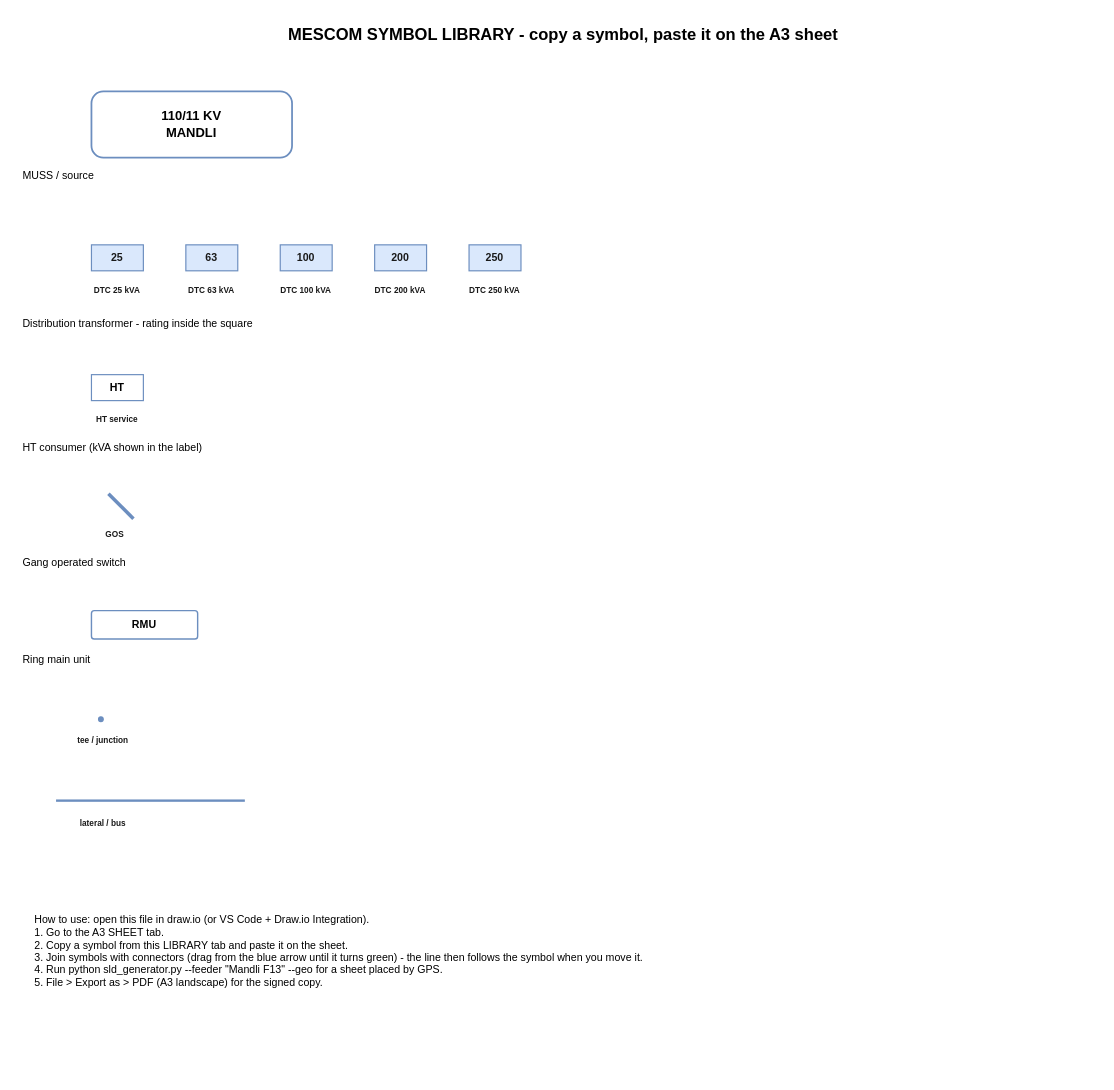
The draw.io diagram page "LIBRARY" (2 of 2) of template/MESCOM_SLD_TEMPLATE.drawio in Shreyasss91/singlelinediagram, before the edit. Source tidied: cells renumbered, new cells numbered last; positions are measured from the earlier drawing's top-left corner, leaving out a move shared by most shapes. Both pictures are drawn from the tidied source at 118%, with x=0, y=0 at pixel (20, 20).
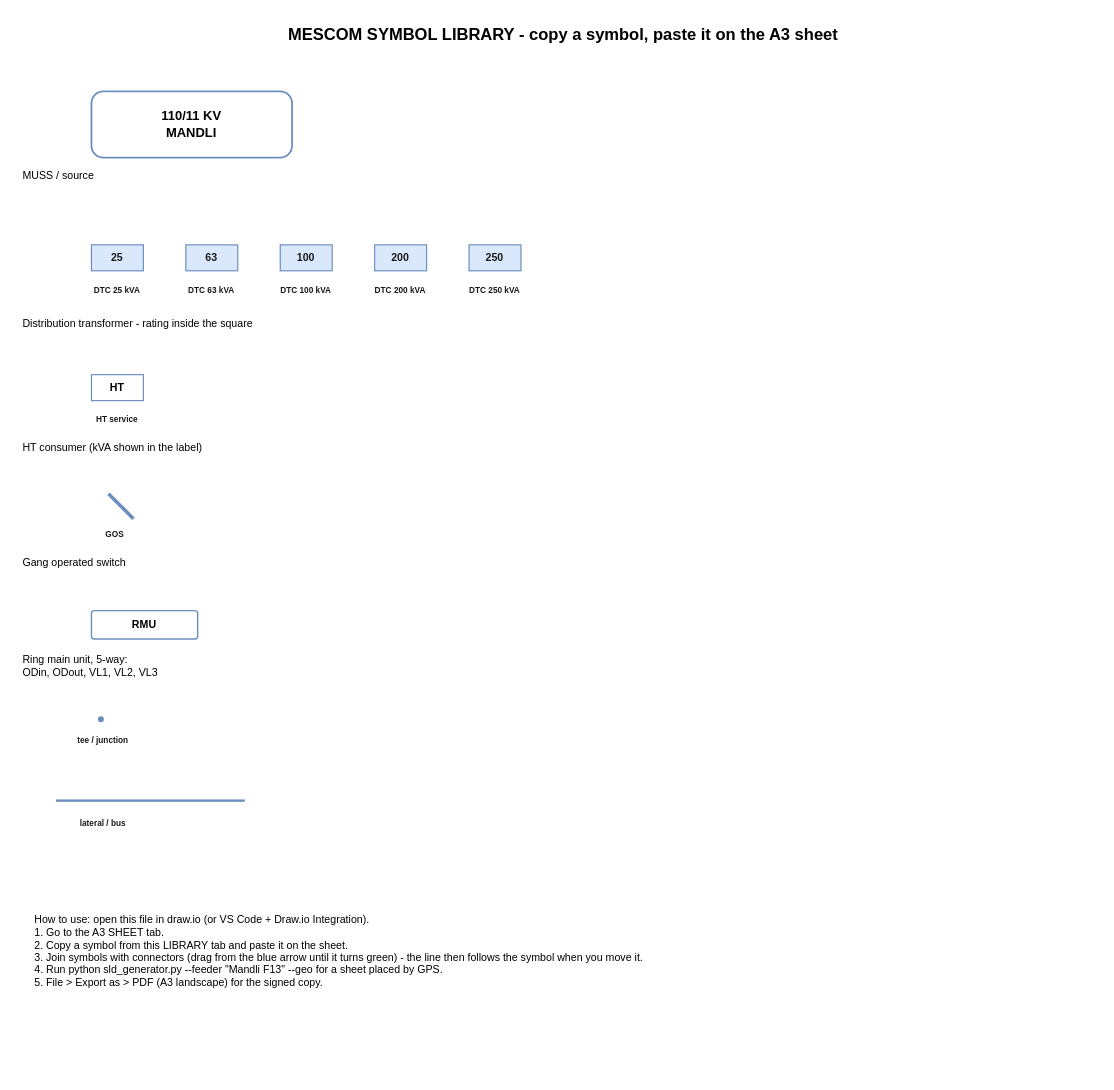
The same page after the edit.

Commit message (it also covers changes not shown here):
feat(topology): model an RMU as a five-way unit (ODin, ODout, VL1-VL3)

Diff of the diagram source:
```diff
@@
-    <mxCell id="23" value="Ring main unit" style="text;html=1;align=left;verticalAlign=top;fontSize=9;whiteSpace=wrap;" parent="1" vertex="1">
-      <mxGeometry y="530" width="200" height="26" as="geometry" />
+    <mxCell id="23" value="Ring main unit, 5-way:&lt;br&gt;ODin, ODout, VL1, VL2, VL3" style="text;html=1;align=left;verticalAlign=top;fontSize=9;whiteSpace=wrap;" parent="1" vertex="1">
+      <mxGeometry y="530" width="200" height="34" as="geometry" />
     </mxCell>
```
